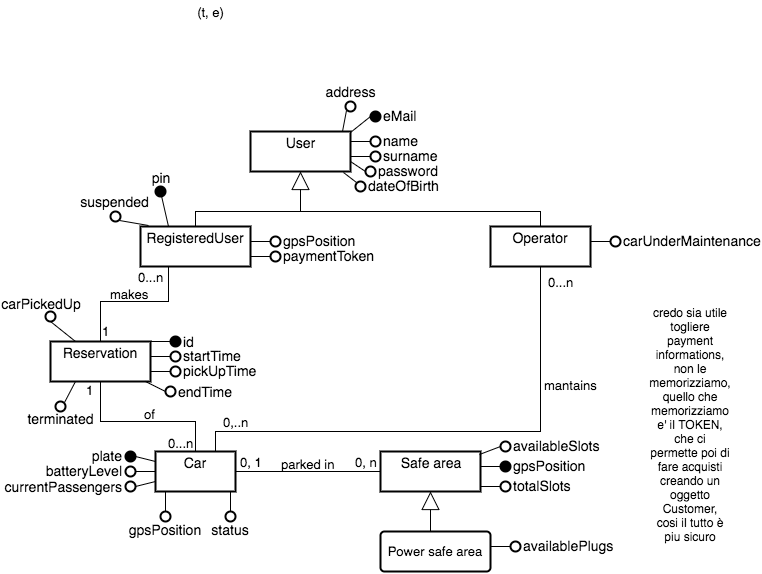
The draw.io diagram dd/Images/ER Diagram.png in ste23droid/se2-powerenjoy, before a commit. Source tidied: cells renumbered, new cells last; positions are measured from the earlier drawing's top-left corner, leaving out a move shared by most shapes.
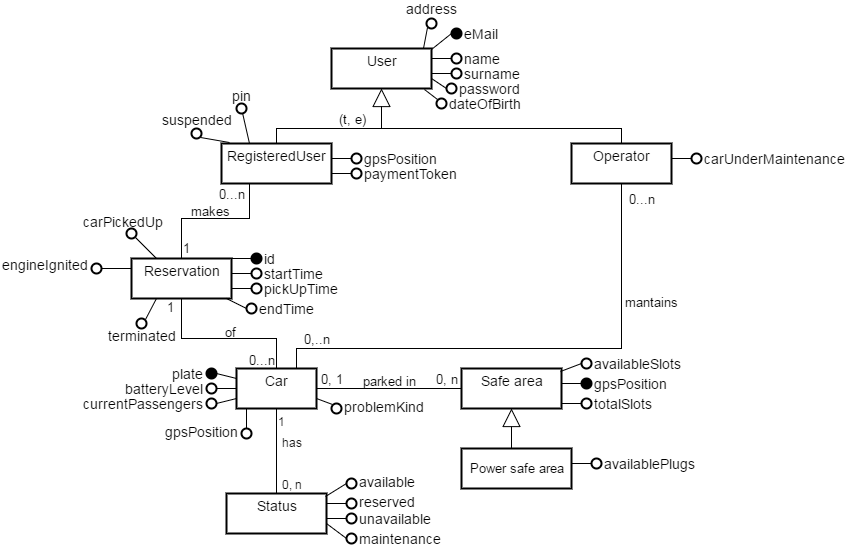
After the commit.

Commit message:
Modified ER diagram and added entity beans class diagram

Change to the diagram source:
```diff
@@ -75,9 +75,9 @@
       <mxGeometry x="303" y="105" as="geometry" />
     </mxCell>
     <mxCell id="22" value="(t, e)" style="text;html=1;strokeColor=none;fillColor=none;align=center;verticalAlign=middle;whiteSpace=wrap;fontSize=13;" parent="1" vertex="1">
-      <mxGeometry x="145" width="40" height="20" as="geometry" />
+      <mxGeometry x="205" y="190" width="40" height="20" as="geometry" />
     </mxCell>
-    <mxCell id="23" value="&lt;div&gt;pin&lt;/div&gt;&lt;div&gt;&lt;br&gt;&lt;/div&gt;" style="ellipse;shape=doubleEllipse;margin=10;strokeWidth=2;fontSize=14;align=center;fillColor=#000000;labelPosition=center;verticalLabelPosition=middle;verticalAlign=middle;whiteSpace=wrap;html=1;spacingTop=-10;" parent="1" vertex="1">
+    <mxCell id="23" value="&lt;div&gt;pin&lt;/div&gt;&lt;div&gt;&lt;br&gt;&lt;/div&gt;" style="ellipse;shape=doubleEllipse;margin=10;strokeWidth=2;fontSize=14;align=center;fillColor=none;labelPosition=center;verticalLabelPosition=middle;verticalAlign=middle;whiteSpace=wrap;html=1;spacingTop=-10;" parent="1" vertex="1">
       <mxGeometry x="110" y="185" width="10" height="10" as="geometry" />
     </mxCell>
     <mxCell id="24" style="endArrow=none;html=1;strokeColor=#000000;fontSize=14;exitX=0.25;exitY=0;" parent="1" edge="1" source="3" target="23">
@@ -169,7 +169,7 @@
         <mxPoint x="385" y="530" as="sourcePoint" />
       </mxGeometry>
     </mxCell>
-    <mxCell id="44" value="Power s&lt;span&gt;afe area&lt;/span&gt;" style="strokeWidth=2;rounded=1;arcSize=10;whiteSpace=wrap;html=1;align=center;labelBackgroundColor=none;fillColor=none;fontSize=13;" parent="1" vertex="1">
+    <mxCell id="44" value="Power s&lt;span&gt;afe area&lt;/span&gt;" style="strokeWidth=2;rounded=0;arcSize=10;whiteSpace=wrap;html=1;align=center;labelBackgroundColor=none;fillColor=none;fontSize=13;" parent="1" vertex="1">
       <mxGeometry x="335" y="530" width="110" height="40" as="geometry" />
     </mxCell>
     <mxCell id="45" value="&lt;div&gt;availablePlugs&lt;/div&gt;&lt;div&gt;&lt;br&gt;&lt;/div&gt;" style="ellipse;shape=doubleEllipse;margin=10;strokeWidth=2;fontSize=14;align=left;fillColor=none;labelPosition=right;verticalLabelPosition=middle;verticalAlign=middle;whiteSpace=wrap;html=1;spacingTop=16;" parent="1" vertex="1">
@@ -180,7 +180,7 @@
         <mxPoint x="445" y="545" as="sourcePoint" />
       </mxGeometry>
     </mxCell>
-    <mxCell id="47" value="&lt;div&gt;gpsPosition&lt;/div&gt;&lt;div&gt;&lt;br&gt;&lt;/div&gt;" style="ellipse;shape=doubleEllipse;margin=10;strokeWidth=2;fontSize=14;align=center;fillColor=none;labelPosition=center;verticalLabelPosition=bottom;verticalAlign=top;whiteSpace=wrap;html=1;spacingTop=-7;" parent="1" vertex="1">
+    <mxCell id="47" value="&lt;div&gt;gpsPosition&lt;/div&gt;&lt;div&gt;&lt;br&gt;&lt;/div&gt;" style="ellipse;shape=doubleEllipse;margin=10;strokeWidth=2;fontSize=14;align=right;fillColor=none;labelPosition=left;verticalLabelPosition=bottom;verticalAlign=top;whiteSpace=wrap;html=1;spacingTop=-22;" parent="1" vertex="1">
       <mxGeometry x="115" y="510" width="10" height="10" as="geometry" />
     </mxCell>
     <mxCell id="48" style="endArrow=none;html=1;strokeColor=#000000;fontSize=14;entryX=0.5;entryY=0;exitX=0.25;exitY=1;" parent="1" edge="1" target="47">
@@ -241,7 +241,7 @@
     <mxCell id="63" value="&lt;div&gt;carPickedUp&lt;/div&gt;&lt;div&gt;&lt;br&gt;&lt;/div&gt;" style="ellipse;shape=doubleEllipse;margin=10;strokeWidth=2;fontSize=14;align=center;fillColor=none;labelPosition=center;verticalLabelPosition=middle;verticalAlign=middle;whiteSpace=wrap;html=1;spacingTop=-8;spacingLeft=-17;" parent="1" vertex="1">
       <mxGeometry y="310" width="10" height="10" as="geometry" />
     </mxCell>
-    <mxCell id="64" style="endArrow=none;html=1;strokeColor=#000000;fontSize=14;exitX=0.25;exitY=0;entryX=0.5;entryY=1;" parent="1" edge="1" source="5" target="63">
+    <mxCell id="64" style="endArrow=none;html=1;strokeColor=#000000;fontSize=14;exitX=0.25;exitY=0;entryX=1;entryY=1;" parent="1" edge="1" source="5" target="63">
       <mxGeometry x="-30" y="375" as="geometry" />
     </mxCell>
     <mxCell id="65" value="&lt;div&gt;terminated&lt;/div&gt;" style="ellipse;shape=doubleEllipse;margin=10;strokeWidth=2;fontSize=14;align=center;fillColor=none;labelPosition=center;verticalLabelPosition=bottom;verticalAlign=top;whiteSpace=wrap;html=1;spacingTop=-8;" parent="1" vertex="1">
@@ -279,14 +279,6 @@
         <mxPoint x="20" y="-21" as="offset" />
       </mxGeometry>
     </mxCell>
-    <mxCell id="73" value="&lt;div&gt;status&lt;/div&gt;&lt;div&gt;&lt;br&gt;&lt;/div&gt;" style="ellipse;shape=doubleEllipse;margin=10;strokeWidth=2;fontSize=14;align=center;fillColor=none;labelPosition=center;verticalLabelPosition=bottom;verticalAlign=top;whiteSpace=wrap;html=1;spacingTop=-7;" parent="1" vertex="1">
-      <mxGeometry x="180" y="510" width="10" height="10" as="geometry" />
-    </mxCell>
-    <mxCell id="74" style="endArrow=none;html=1;strokeColor=#000000;fontSize=14;entryX=0.5;entryY=0;exitX=0.25;exitY=1;" parent="1" edge="1" target="73">
-      <mxGeometry x="195" y="555" as="geometry">
-        <mxPoint x="185" y="490" as="sourcePoint" />
-      </mxGeometry>
-    </mxCell>
     <mxCell id="75" value="&lt;div&gt;gpsPosition&lt;/div&gt;&lt;div&gt;&lt;br&gt;&lt;/div&gt;" style="ellipse;shape=doubleEllipse;margin=10;strokeWidth=2;fontSize=14;align=left;fillColor=none;labelPosition=right;verticalLabelPosition=middle;verticalAlign=middle;whiteSpace=wrap;html=1;spacingTop=16;" parent="1" vertex="1">
       <mxGeometry x="225" y="235" width="10" height="10" as="geometry" />
     </mxCell>
@@ -295,9 +287,6 @@
         <mxPoint x="205" y="240" as="sourcePoint" />
       </mxGeometry>
     </mxCell>
-    <mxCell id="77" value="credo sia utile togliere payment informations, non le memorizziamo, quello che memorizziamo e' il TOKEN, che ci permette poi di fare acquisti creando un oggetto Customer,&lt;div&gt;cosi il tutto è piu sicuro&lt;/div&gt;" style="text;html=1;strokeColor=none;fillColor=none;align=center;verticalAlign=middle;whiteSpace=wrap;rounded=0;shadow=0;" parent="1" vertex="1">
-      <mxGeometry x="625" y="410" width="40" height="20" as="geometry" />
-    </mxCell>
     <mxCell id="78" value="paymentToken&lt;div&gt;&lt;br&gt;&lt;/div&gt;" style="ellipse;shape=doubleEllipse;margin=10;strokeWidth=2;fontSize=14;align=left;fillColor=none;labelPosition=right;verticalLabelPosition=middle;verticalAlign=middle;whiteSpace=wrap;html=1;spacingTop=16;" parent="1" vertex="1">
       <mxGeometry x="225" y="250" width="10" height="10" as="geometry" />
     </mxCell>
@@ -306,5 +295,67 @@
         <mxPoint x="225" y="255" as="targetPoint" />
       </mxGeometry>
     </mxCell>
+    <mxCell id="80" style="endArrow=none;html=1;strokeColor=#000000;fontSize=14;" parent="1" edge="1" target="81">
+      <mxGeometry x="-20" y="385" as="geometry">
+        <mxPoint x="5" y="350" as="sourcePoint" />
+        <Array as="points">
+          <mxPoint x="-15" y="350" />
+        </Array>
+      </mxGeometry>
+    </mxCell>
+    <mxCell id="81" value="&lt;div&gt;engineIgnited&lt;/div&gt;" style="ellipse;shape=doubleEllipse;margin=10;strokeWidth=2;fontSize=14;align=right;fillColor=none;labelPosition=left;verticalLabelPosition=middle;verticalAlign=middle;whiteSpace=wrap;html=1;spacingTop=-8;spacingLeft=-17;" parent="1" vertex="1">
+      <mxGeometry x="-35" y="345" width="10" height="10" as="geometry" />
+    </mxCell>
+    <mxCell id="82" value="&lt;div&gt;problemKind&lt;/div&gt;&lt;div&gt;&lt;br&gt;&lt;/div&gt;" style="ellipse;shape=doubleEllipse;margin=10;strokeWidth=2;fontSize=14;align=left;fillColor=none;labelPosition=right;verticalLabelPosition=middle;verticalAlign=middle;whiteSpace=wrap;html=1;spacingTop=12;" parent="1" vertex="1">
+      <mxGeometry x="205" y="485" width="10" height="10" as="geometry" />
+    </mxCell>
+    <mxCell id="83" style="endArrow=none;html=1;strokeColor=#000000;fontSize=14;entryX=0;entryY=0;exitX=1;exitY=0.75;" parent="1" edge="1" source="6" target="82">
+      <mxGeometry x="220" y="550" as="geometry" />
+    </mxCell>
+    <mxCell id="84" value="&lt;div&gt;Status&lt;/div&gt;&lt;div&gt;&lt;br&gt;&lt;/div&gt;" style="strokeWidth=2;rounded=0;arcSize=10;whiteSpace=wrap;html=1;align=center;fillColor=none;fontSize=14;" parent="1" vertex="1">
+      <mxGeometry x="100" y="575" width="100" height="40" as="geometry" />
+    </mxCell>
+    <mxCell id="85" value="&lt;div&gt;reserved&lt;/div&gt;&lt;div&gt;&lt;br&gt;&lt;/div&gt;" style="ellipse;shape=doubleEllipse;margin=10;strokeWidth=2;fontSize=14;align=left;fillColor=none;labelPosition=right;verticalLabelPosition=middle;verticalAlign=middle;whiteSpace=wrap;html=1;spacingTop=12;" parent="1" vertex="1">
+      <mxGeometry x="220" y="580" width="10" height="10" as="geometry" />
+    </mxCell>
+    <mxCell id="86" style="endArrow=none;html=1;strokeColor=#000000;fontSize=14;entryX=0;entryY=0.5;exitX=1;exitY=0.25;" parent="1" edge="1" source="84" target="85">
+      <mxGeometry x="285" y="595" as="geometry" />
+    </mxCell>
+    <mxCell id="87" value="unavailable&lt;div&gt;&lt;br&gt;&lt;/div&gt;" style="ellipse;shape=doubleEllipse;margin=10;strokeWidth=2;fontSize=14;align=left;fillColor=none;labelPosition=right;verticalLabelPosition=middle;verticalAlign=middle;whiteSpace=wrap;html=1;spacingTop=16;" parent="1" vertex="1">
+      <mxGeometry x="220" y="595" width="10" height="10" as="geometry" />
+    </mxCell>
+    <mxCell id="88" style="endArrow=none;html=1;strokeColor=#000000;fontSize=14;entryX=0;entryY=0.5;" parent="1" edge="1" target="87">
+      <mxGeometry x="285" y="615" as="geometry">
+        <mxPoint x="200" y="600" as="sourcePoint" />
+      </mxGeometry>
+    </mxCell>
+    <mxCell id="89" value="&lt;div&gt;available&lt;/div&gt;" style="ellipse;shape=doubleEllipse;margin=10;strokeWidth=2;fontSize=14;align=left;fillColor=none;labelPosition=right;verticalLabelPosition=middle;verticalAlign=middle;whiteSpace=wrap;html=1;spacingTop=-3;" parent="1" vertex="1">
+      <mxGeometry x="220" y="560" width="10" height="10" as="geometry" />
+    </mxCell>
+    <mxCell id="90" style="endArrow=none;html=1;strokeColor=#000000;fontSize=14;entryX=0;entryY=0.5;exitX=0.99;exitY=0.075;exitPerimeter=0;" parent="1" edge="1" source="84" target="89">
+      <mxGeometry x="285" y="575" as="geometry" />
+    </mxCell>
+    <mxCell id="91" value="&lt;div&gt;maintenance&lt;/div&gt;" style="ellipse;shape=doubleEllipse;margin=10;strokeWidth=2;fontSize=14;align=left;fillColor=none;labelPosition=right;verticalLabelPosition=middle;verticalAlign=middle;whiteSpace=wrap;html=1;spacingTop=1;" parent="1" vertex="1">
+      <mxGeometry x="220" y="615" width="10" height="10" as="geometry" />
+    </mxCell>
+    <mxCell id="92" style="endArrow=none;html=1;strokeColor=#000000;fontSize=14;entryX=0;entryY=0.5;exitX=1;exitY=0.75;" parent="1" edge="1" source="84" target="91">
+      <mxGeometry x="295" y="625" as="geometry" />
+    </mxCell>
+    <mxCell id="93" style="endArrow=none;html=1;entryX=0.5;entryY=1;exitX=0.5;exitY=0;" parent="1" edge="1" source="84" target="6">
+      <mxGeometry relative="1" as="geometry" />
+    </mxCell>
+    <mxCell id="94" value="has&lt;div&gt;&lt;br&gt;&lt;/div&gt;" style="text;html=1;align=center;verticalAlign=middle;labelBackgroundColor=none;" parent="93" vertex="1">
+      <mxGeometry x="-0.01" relative="1" as="geometry">
+        <mxPoint x="15" y="-3" as="offset" />
+      </mxGeometry>
+    </mxCell>
+    <mxCell id="95" value="1" style="text;html=1;align=center;verticalAlign=middle;labelBackgroundColor=#ffffff;" parent="93" vertex="1">
+      <mxGeometry x="0.72" y="-5" relative="1" as="geometry" />
+    </mxCell>
+    <mxCell id="96" value="0, n" style="text;html=1;align=center;verticalAlign=middle;labelBackgroundColor=#ffffff;" parent="93" vertex="1">
+      <mxGeometry x="-0.72" y="-4" relative="1" as="geometry">
+        <mxPoint x="11" y="2" as="offset" />
+      </mxGeometry>
+    </mxCell>
   </root>
 </mxGraphModel>
```
